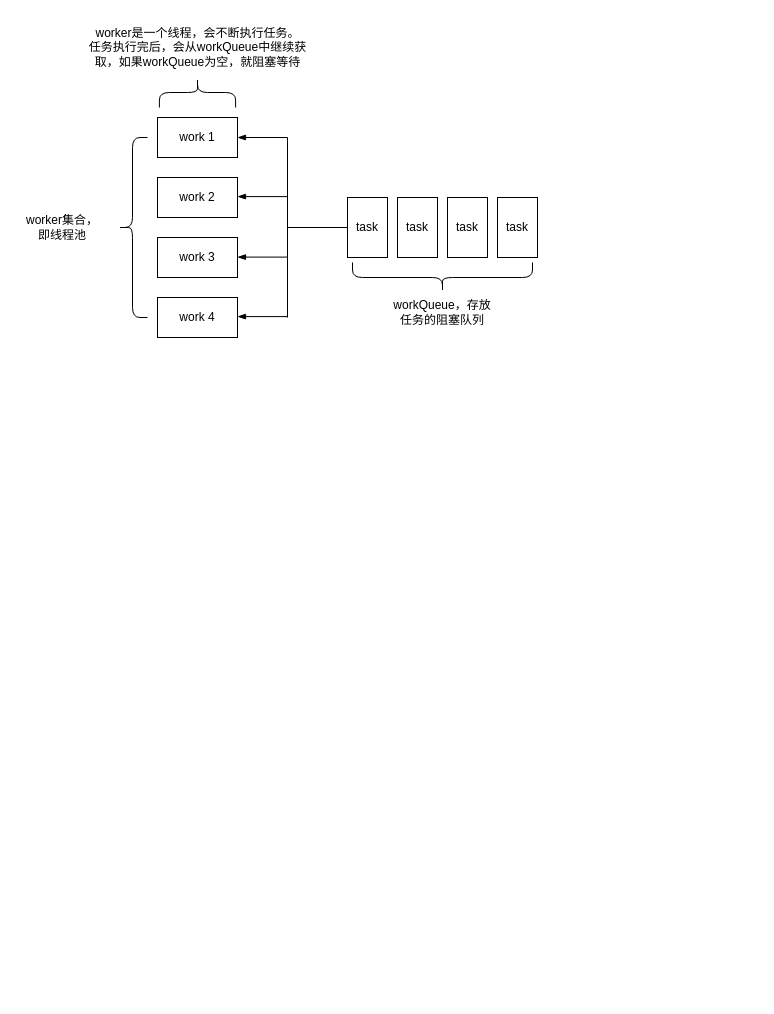
The draw.io diagram diagrams/Thread.drawio in elijah398/AndroidLearning, before the edit. Source tidied: cells renumbered, new cells numbered last; positions are measured from the earlier drawing's top-left corner, leaving out a move shared by most shapes. Both pictures are drawn from the tidied source at 100%, with x=0, y=0 at pixel (17, 17).
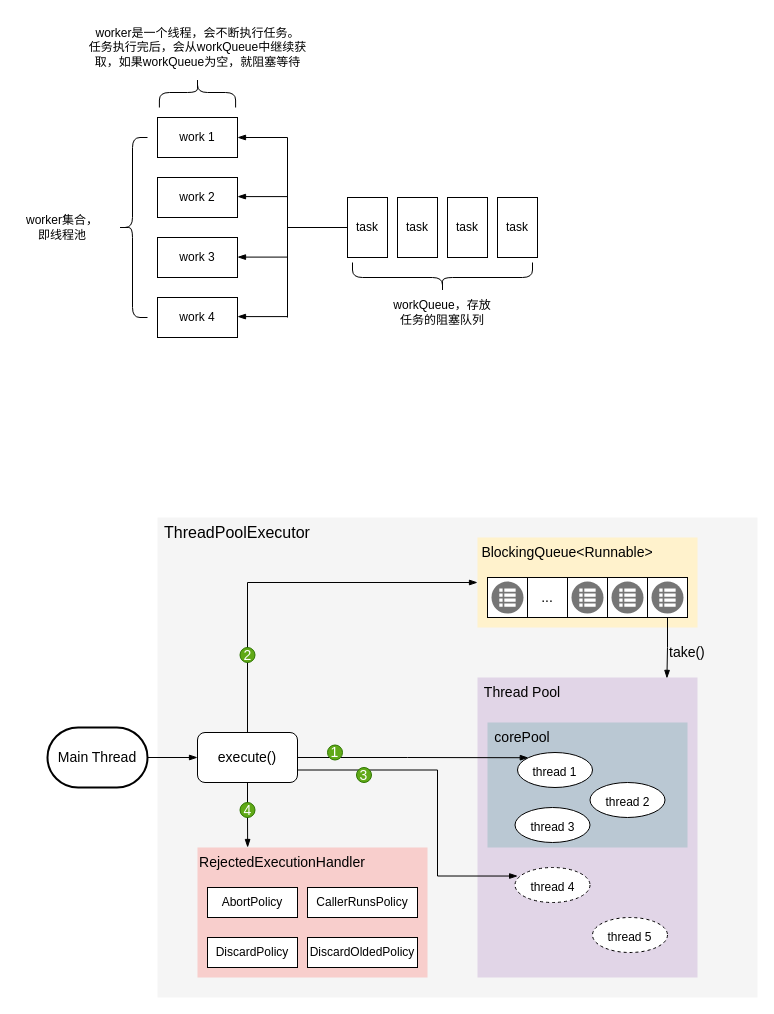
Above is the later version.

The edit, as a diff of the source:
```diff
@@
+    <mxCell id="22" style="rounded=0;whiteSpace=wrap;html=1;fillColor=#f5f5f5;strokeColor=none;fontColor=#333333;" parent="1" vertex="1">
+      <mxGeometry x="140" y="500" width="600" height="480" as="geometry" />
+    </mxCell>
+    <mxCell id="23" style="edgeStyle=orthogonalEdgeStyle;rounded=0;jettySize=auto;html=1;exitX=0.5;exitY=0;exitDx=0;exitDy=0;fontSize=14;endArrow=blockThin;endFill=1;entryX=0;entryY=0.5;entryDx=0;entryDy=0;" parent="1" edge="1" source="25" target="26">
+      <mxGeometry relative="1" as="geometry" />
+    </mxCell>
+    <mxCell id="24" style="edgeStyle=orthogonalEdgeStyle;rounded=0;jettySize=auto;html=1;exitX=0.5;exitY=1;exitDx=0;exitDy=0;entryX=0.295;entryY=0;entryDx=0;entryDy=0;entryPerimeter=0;fontSize=14;endArrow=blockThin;endFill=1;" parent="1" edge="1" source="25" target="49">
+      <mxGeometry relative="1" as="geometry" />
+    </mxCell>
+    <mxCell id="25" value="&lt;font style=&quot;font-size: 14px;&quot;&gt;execute()&lt;/font&gt;" style="rounded=1;whiteSpace=wrap;html=1;" parent="1" vertex="1">
+      <mxGeometry x="180" y="715" width="100" height="50" as="geometry" />
+    </mxCell>
+    <mxCell id="26" style="rounded=0;whiteSpace=wrap;html=1;fontSize=14;fillColor=#fff2cc;strokeColor=none;" parent="1" vertex="1">
+      <mxGeometry x="460" y="520" width="220" height="90" as="geometry" />
+    </mxCell>
+    <mxCell id="27" style="rounded=0;whiteSpace=wrap;html=1;fontSize=14;" parent="1" vertex="1">
+      <mxGeometry x="470" y="560" width="40" height="40" as="geometry" />
+    </mxCell>
+    <mxCell id="28" style="rounded=0;whiteSpace=wrap;html=1;fontSize=14;" parent="1" vertex="1">
+      <mxGeometry x="510" y="560" width="40" height="40" as="geometry" />
+    </mxCell>
+    <mxCell id="29" style="rounded=0;whiteSpace=wrap;html=1;fontSize=14;" parent="1" vertex="1">
+      <mxGeometry x="550" y="560" width="40" height="40" as="geometry" />
+    </mxCell>
+    <mxCell id="30" style="rounded=0;whiteSpace=wrap;html=1;fontSize=14;" parent="1" vertex="1">
+      <mxGeometry x="590" y="560" width="40" height="40" as="geometry" />
+    </mxCell>
+    <mxCell id="31" style="rounded=0;whiteSpace=wrap;html=1;fontSize=14;" parent="1" vertex="1">
+      <mxGeometry x="630" y="560" width="40" height="40" as="geometry" />
+    </mxCell>
+    <mxCell id="32" style="sketch=0;dashed=0;html=1;fillColor=#757575;strokeColor=none;shape=mxgraph.gcp2.task_queues;labelPosition=right;verticalLabelPosition=middle;align=left;verticalAlign=middle;spacingLeft=5;fontSize=12;" parent="1" vertex="1">
+      <mxGeometry x="474" y="564" width="32" height="32" as="geometry" />
+    </mxCell>
+    <mxCell id="33" style="sketch=0;dashed=0;html=1;fillColor=#757575;strokeColor=none;shape=mxgraph.gcp2.task_queues;labelPosition=right;verticalLabelPosition=middle;align=left;verticalAlign=middle;spacingLeft=5;fontSize=12;" parent="1" vertex="1">
+      <mxGeometry x="594" y="564" width="32" height="32" as="geometry" />
+    </mxCell>
+    <mxCell id="34" style="sketch=0;dashed=0;html=1;fillColor=#757575;strokeColor=none;shape=mxgraph.gcp2.task_queues;labelPosition=right;verticalLabelPosition=middle;align=left;verticalAlign=middle;spacingLeft=5;fontSize=12;" parent="1" vertex="1">
+      <mxGeometry x="634" y="564" width="32" height="32" as="geometry" />
+    </mxCell>
+    <mxCell id="35" style="sketch=0;dashed=0;html=1;fillColor=#757575;strokeColor=none;shape=mxgraph.gcp2.task_queues;labelPosition=right;verticalLabelPosition=middle;align=left;verticalAlign=middle;spacingLeft=5;fontSize=12;" parent="1" vertex="1">
+      <mxGeometry x="554" y="564" width="32" height="32" as="geometry" />
+    </mxCell>
+    <mxCell id="36" value="..." style="text;html=1;strokeColor=none;fillColor=none;align=center;verticalAlign=middle;whiteSpace=wrap;rounded=0;fontSize=14;" parent="1" vertex="1">
+      <mxGeometry x="515" y="565" width="30" height="30" as="geometry" />
+    </mxCell>
+    <mxCell id="37" value="BlockingQueue&amp;lt;Runnable&amp;gt;" style="text;html=1;strokeColor=none;fillColor=none;align=center;verticalAlign=middle;whiteSpace=wrap;rounded=0;fontSize=14;" parent="1" vertex="1">
+      <mxGeometry x="460" y="520" width="180" height="30" as="geometry" />
+    </mxCell>
+    <mxCell id="38" style="rounded=0;whiteSpace=wrap;html=1;fontSize=14;fillColor=#e1d5e7;strokeColor=none;" parent="1" vertex="1">
+      <mxGeometry x="460" y="660" width="220" height="300" as="geometry" />
+    </mxCell>
+    <mxCell id="39" value="Thread Pool" style="text;html=1;strokeColor=none;fillColor=none;align=center;verticalAlign=middle;whiteSpace=wrap;rounded=0;fontSize=14;" parent="1" vertex="1">
+      <mxGeometry x="460" y="660" width="90" height="30" as="geometry" />
+    </mxCell>
+    <mxCell id="40" style="rounded=0;whiteSpace=wrap;html=1;fontSize=14;strokeColor=none;fillColor=#bac8d3;" parent="1" vertex="1">
+      <mxGeometry x="470" y="705" width="200" height="125" as="geometry" />
+    </mxCell>
+    <mxCell id="41" value="corePool" style="text;html=1;strokeColor=none;fillColor=none;align=center;verticalAlign=middle;whiteSpace=wrap;rounded=0;fontSize=14;" parent="1" vertex="1">
+      <mxGeometry x="470" y="705" width="70" height="30" as="geometry" />
+    </mxCell>
+    <mxCell id="42" style="rounded=0;whiteSpace=wrap;html=1;fontSize=14;fillColor=#f8cecc;strokeColor=none;" parent="1" vertex="1">
+      <mxGeometry x="180" y="830" width="230" height="130" as="geometry" />
+    </mxCell>
+    <mxCell id="43" value="&lt;font style=&quot;font-size: 16px;&quot;&gt;ThreadPoolExecutor&lt;/font&gt;" style="text;html=1;strokeColor=none;fillColor=none;align=center;verticalAlign=middle;whiteSpace=wrap;rounded=0;fontSize=14;" parent="1" vertex="1">
+      <mxGeometry x="140" y="500" width="160" height="30" as="geometry" />
+    </mxCell>
+    <mxCell id="44" value="&lt;font style=&quot;font-size: 12px;&quot;&gt;thread 1&lt;/font&gt;" style="ellipse;whiteSpace=wrap;html=1;fontSize=16;" parent="1" vertex="1">
+      <mxGeometry x="500" y="735" width="75" height="35" as="geometry" />
+    </mxCell>
+    <mxCell id="45" value="&lt;font style=&quot;font-size: 12px;&quot;&gt;thread 2&lt;/font&gt;" style="ellipse;whiteSpace=wrap;html=1;fontSize=16;" parent="1" vertex="1">
+      <mxGeometry x="572.5" y="765" width="75" height="35" as="geometry" />
+    </mxCell>
+    <mxCell id="46" value="&lt;font style=&quot;font-size: 12px;&quot;&gt;thread 3&lt;/font&gt;" style="ellipse;whiteSpace=wrap;html=1;fontSize=16;" parent="1" vertex="1">
+      <mxGeometry x="497.5" y="790" width="75" height="35" as="geometry" />
+    </mxCell>
+    <mxCell id="47" value="&lt;font style=&quot;font-size: 12px;&quot;&gt;thread 4&lt;/font&gt;" style="ellipse;whiteSpace=wrap;html=1;fontSize=16;dashed=1;" parent="1" vertex="1">
+      <mxGeometry x="497.5" y="850" width="75" height="35" as="geometry" />
+    </mxCell>
+    <mxCell id="48" value="&lt;font style=&quot;font-size: 12px;&quot;&gt;thread 5&lt;/font&gt;" style="ellipse;whiteSpace=wrap;html=1;fontSize=16;dashed=1;" parent="1" vertex="1">
+      <mxGeometry x="575" y="900" width="75" height="35" as="geometry" />
+    </mxCell>
+    <mxCell id="49" value="RejectedExecutionHandler" style="text;html=1;strokeColor=none;fillColor=none;align=center;verticalAlign=middle;whiteSpace=wrap;rounded=0;fontSize=14;" parent="1" vertex="1">
+      <mxGeometry x="180" y="830" width="170" height="30" as="geometry" />
+    </mxCell>
+    <mxCell id="50" value="AbortPolicy" style="rounded=0;whiteSpace=wrap;html=1;fontSize=12;" parent="1" vertex="1">
+      <mxGeometry x="190" y="870" width="90" height="30" as="geometry" />
+    </mxCell>
+    <mxCell id="51" value="CallerRunsPolicy" style="rounded=0;whiteSpace=wrap;html=1;fontSize=12;" parent="1" vertex="1">
+      <mxGeometry x="290" y="870" width="110" height="30" as="geometry" />
+    </mxCell>
+    <mxCell id="52" value="DiscardPolicy" style="rounded=0;whiteSpace=wrap;html=1;fontSize=12;" parent="1" vertex="1">
+      <mxGeometry x="190" y="920" width="90" height="30" as="geometry" />
+    </mxCell>
+    <mxCell id="53" value="DiscardOldedPolicy" style="rounded=0;whiteSpace=wrap;html=1;fontSize=12;" parent="1" vertex="1">
+      <mxGeometry x="290" y="920" width="110" height="30" as="geometry" />
+    </mxCell>
+    <mxCell id="54" style="edgeStyle=orthogonalEdgeStyle;rounded=0;jettySize=auto;html=1;exitX=1;exitY=0.5;exitDx=0;exitDy=0;exitPerimeter=0;entryX=0;entryY=0.5;entryDx=0;entryDy=0;fontSize=14;endArrow=blockThin;endFill=1;" parent="1" edge="1" source="55" target="25">
+      <mxGeometry relative="1" as="geometry" />
+    </mxCell>
+    <mxCell id="55" value="&lt;font style=&quot;font-size: 14px;&quot;&gt;Main Thread&lt;/font&gt;" style="strokeWidth=2;html=1;shape=mxgraph.flowchart.terminator;whiteSpace=wrap;fontSize=12;" parent="1" vertex="1">
+      <mxGeometry x="30" y="710" width="100" height="60" as="geometry" />
+    </mxCell>
+    <mxCell id="56" style="edgeStyle=orthogonalEdgeStyle;rounded=0;jettySize=auto;html=1;exitX=1;exitY=0.75;exitDx=0;exitDy=0;entryX=0.035;entryY=0.244;entryDx=0;entryDy=0;entryPerimeter=0;fontSize=14;endArrow=blockThin;endFill=1;" parent="1" edge="1" source="25" target="47">
+      <mxGeometry relative="1" as="geometry">
+        <Array as="points">
+          <mxPoint x="420" y="753" />
+          <mxPoint x="420" y="859" />
+        </Array>
+      </mxGeometry>
+    </mxCell>
+    <mxCell id="57" style="edgeStyle=orthogonalEdgeStyle;rounded=0;jettySize=auto;html=1;exitX=1;exitY=0.5;exitDx=0;exitDy=0;entryX=0;entryY=0;entryDx=0;entryDy=0;fontSize=14;endArrow=blockThin;endFill=1;" parent="1" edge="1" source="25" target="44">
+      <mxGeometry relative="1" as="geometry" />
+    </mxCell>
+    <mxCell id="58" style="edgeStyle=orthogonalEdgeStyle;rounded=0;jettySize=auto;html=1;exitX=0.5;exitY=1;exitDx=0;exitDy=0;fontSize=14;endArrow=blockThin;endFill=1;entryX=0.861;entryY=0.003;entryDx=0;entryDy=0;entryPerimeter=0;" parent="1" edge="1" source="31" target="38">
+      <mxGeometry relative="1" as="geometry" />
+    </mxCell>
+    <mxCell id="59" value="take()" style="text;whiteSpace=wrap;html=1;fontSize=14;" parent="1" vertex="1">
+      <mxGeometry x="650" y="620" width="60" height="20" as="geometry" />
+    </mxCell>
+    <mxCell id="60" value="1" style="ellipse;whiteSpace=wrap;html=1;fontSize=14;fillColor=#60a917;strokeColor=#2D7600;fontColor=#ffffff;" parent="1" vertex="1">
+      <mxGeometry x="310" y="727.5" width="15" height="15" as="geometry" />
+    </mxCell>
+    <mxCell id="61" value="3" style="ellipse;whiteSpace=wrap;html=1;fontSize=14;fillColor=#60a917;strokeColor=#2D7600;fontColor=#ffffff;" parent="1" vertex="1">
+      <mxGeometry x="339" y="750" width="15" height="15" as="geometry" />
+    </mxCell>
+    <mxCell id="62" value="2" style="ellipse;whiteSpace=wrap;html=1;fontSize=14;fillColor=#60a917;strokeColor=#2D7600;fontColor=#ffffff;" parent="1" vertex="1">
+      <mxGeometry x="222.5" y="630" width="15" height="15" as="geometry" />
+    </mxCell>
+    <mxCell id="63" value="4" style="ellipse;whiteSpace=wrap;html=1;fontSize=14;fillColor=#60a917;strokeColor=#2D7600;fontColor=#ffffff;" parent="1" vertex="1">
+      <mxGeometry x="222.5" y="785" width="15" height="15" as="geometry" />
+    </mxCell>
```
